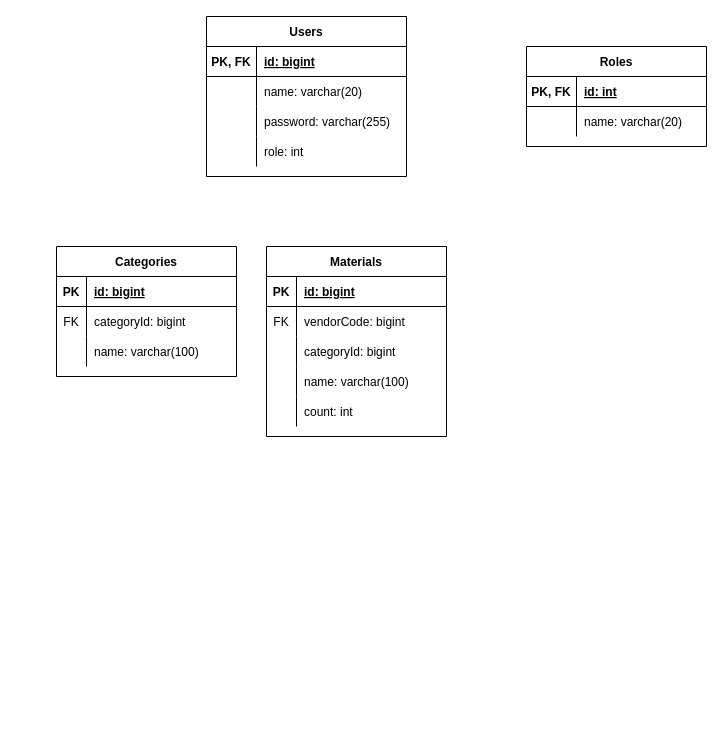
The draw.io diagram back/db/HSQLDBSchema.drawio in Atljh0987/courseShop, before the edit. Source tidied: cells renumbered, new cells numbered last; positions are measured from the earlier drawing's top-left corner, leaving out a move shared by most shapes. Both pictures are drawn from the tidied source at 100%, with x=0, y=0 at pixel (56, 16).
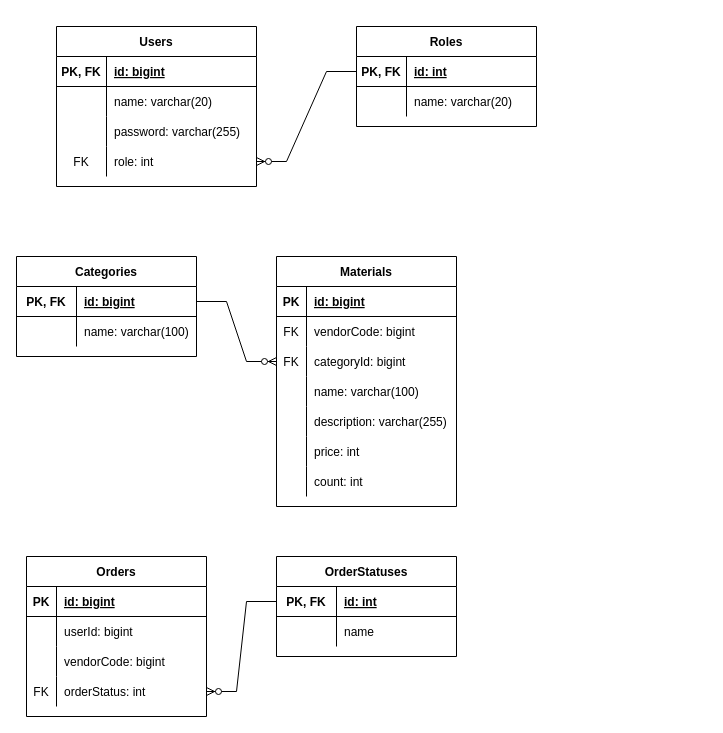
The same diagram, later.

The change refers to these unchanged cells:
```xml
<mxCell id="9" style="shape=tableRow;horizontal=0;startSize=0;swimlaneHead=0;swimlaneBody=0;fillColor=none;points=[[0,0.5],[1,0.5]];portConstraint=eastwest;top=0;left=0;right=0;bottom=0;" parent="2" vertex="1">
  <mxGeometry y="90" width="180" height="30" as="geometry" />
</mxCell>
<mxCell id="19" style="shape=tableRow;horizontal=0;startSize=0;swimlaneHead=0;swimlaneBody=0;fillColor=none;points=[[0,0.5],[1,0.5]];portConstraint=eastwest;top=0;left=0;right=0;bottom=1;" parent="18" vertex="1">
  <mxGeometry y="30" width="180" height="30" as="geometry" />
</mxCell>
<mxCell id="29" style="shape=tableRow;horizontal=0;startSize=0;swimlaneHead=0;swimlaneBody=0;fillColor=none;points=[[0,0.5],[1,0.5]];portConstraint=eastwest;top=0;left=0;right=0;bottom=1;" parent="28" vertex="1">
  <mxGeometry y="30" width="180" height="30" as="geometry" />
</mxCell>
<mxCell id="45" style="shape=tableRow;horizontal=0;startSize=0;swimlaneHead=0;swimlaneBody=0;fillColor=none;points=[[0,0.5],[1,0.5]];portConstraint=eastwest;top=0;left=0;right=0;bottom=0;" parent="35" vertex="1">
  <mxGeometry y="120" width="200" height="30" as="geometry" />
</mxCell>
```

Change to the diagram source:
```diff
@@
     <mxCell id="2" value="Materials" style="shape=table;startSize=30;childLayout=tableLayout;rowLines=0;fontStyle=1;align=center;" parent="1" vertex="1">
-      <mxGeometry x="210" y="230" width="180" height="190" as="geometry" />
+      <mxGeometry x="220" y="240" width="180" height="250" as="geometry" />
     </mxCell>
@@
-    <mxCell id="10" style="shape=partialRectangle;fillColor=none;top=0;left=0;bottom=0;right=0;overflow=hidden;" parent="9" vertex="1">
+    <mxCell id="10" value="FK" style="shape=partialRectangle;fillColor=none;top=0;left=0;bottom=0;right=0;overflow=hidden;" parent="9" vertex="1">
       <mxGeometry width="30" height="30" as="geometry" />
     </mxCell>
@@
+    <mxCell id="48" style="shape=tableRow;horizontal=0;startSize=0;swimlaneHead=0;swimlaneBody=0;fillColor=none;top=0;left=0;right=0;bottom=0;" parent="2" vertex="1">
+      <mxGeometry y="150" width="180" height="30" as="geometry" />
+    </mxCell>
+    <mxCell id="49" style="shape=partialRectangle;fillColor=none;top=0;left=0;bottom=0;right=0;overflow=hidden;" parent="48" vertex="1">
+      <mxGeometry width="30" height="30" as="geometry" />
+    </mxCell>
+    <mxCell id="50" value="description: varchar(255)" style="shape=partialRectangle;fillColor=none;top=0;left=0;bottom=0;right=0;align=left;spacingLeft=6;overflow=hidden;" parent="48" vertex="1">
+      <mxGeometry x="30" width="150" height="30" as="geometry" />
+    </mxCell>
+    <mxCell id="51" style="shape=tableRow;horizontal=0;startSize=0;swimlaneHead=0;swimlaneBody=0;fillColor=none;top=0;left=0;right=0;bottom=0;" parent="2" vertex="1">
+      <mxGeometry y="180" width="180" height="30" as="geometry" />
+    </mxCell>
+    <mxCell id="52" style="shape=partialRectangle;fillColor=none;top=0;left=0;bottom=0;right=0;overflow=hidden;" parent="51" vertex="1">
+      <mxGeometry width="30" height="30" as="geometry" />
+    </mxCell>
+    <mxCell id="53" value="price: int" style="shape=partialRectangle;fillColor=none;top=0;left=0;bottom=0;right=0;align=left;spacingLeft=6;overflow=hidden;" parent="51" vertex="1">
+      <mxGeometry x="30" width="150" height="30" as="geometry" />
+    </mxCell>
     <mxCell id="15" style="shape=tableRow;horizontal=0;startSize=0;swimlaneHead=0;swimlaneBody=0;fillColor=none;top=0;left=0;right=0;bottom=0;" parent="2" vertex="1">
-      <mxGeometry y="150" width="180" height="30" as="geometry" />
+      <mxGeometry y="210" width="180" height="30" as="geometry" />
     </mxCell>
@@
     <mxCell id="18" value="Categories" style="shape=table;startSize=30;childLayout=tableLayout;rowLines=0;fontStyle=1;align=center;" parent="1" vertex="1">
-      <mxGeometry y="230" width="180" height="130" as="geometry" />
+      <mxGeometry x="-40" y="240" width="180" height="100" as="geometry" />
     </mxCell>
@@
-    <mxCell id="20" value="PK" style="shape=partialRectangle;fillColor=none;top=0;left=0;bottom=0;right=0;fontStyle=1;overflow=hidden;" parent="19" vertex="1">
-      <mxGeometry width="30" height="30" as="geometry" />
+    <mxCell id="20" value="PK, FK" style="shape=partialRectangle;fillColor=none;top=0;left=0;bottom=0;right=0;fontStyle=1;overflow=hidden;" parent="19" vertex="1">
+      <mxGeometry width="60" height="30" as="geometry" />
     </mxCell>
     <mxCell id="21" value="id: bigint" style="shape=partialRectangle;fillColor=none;top=0;left=0;bottom=0;right=0;align=left;spacingLeft=6;fontStyle=5;overflow=hidden;" parent="19" vertex="1">
-      <mxGeometry x="30" width="150" height="30" as="geometry" />
+      <mxGeometry x="60" width="120" height="30" as="geometry" />
     </mxCell>
-    <mxCell id="22" style="shape=tableRow;horizontal=0;startSize=0;swimlaneHead=0;swimlaneBody=0;fillColor=none;top=0;left=0;right=0;bottom=0;" parent="18" vertex="1">
-      <mxGeometry y="60" width="180" height="30" as="geometry" />
-    </mxCell>
-    <mxCell id="23" value="FK" style="shape=partialRectangle;fillColor=none;top=0;left=0;bottom=0;right=0;overflow=hidden;" parent="22" vertex="1">
-      <mxGeometry width="30" height="30" as="geometry" />
-    </mxCell>
-    <mxCell id="24" value="categoryId: bigint" style="shape=partialRectangle;fillColor=none;top=0;left=0;bottom=0;right=0;align=left;spacingLeft=6;overflow=hidden;" parent="22" vertex="1">
-      <mxGeometry x="30" width="150" height="30" as="geometry" />
-    </mxCell>
     <mxCell id="25" style="shape=tableRow;horizontal=0;startSize=0;swimlaneHead=0;swimlaneBody=0;fillColor=none;top=0;left=0;right=0;bottom=0;" parent="18" vertex="1">
-      <mxGeometry y="90" width="180" height="30" as="geometry" />
+      <mxGeometry y="60" width="180" height="30" as="geometry" />
     </mxCell>
     <mxCell id="26" style="shape=partialRectangle;fillColor=none;top=0;left=0;bottom=0;right=0;overflow=hidden;" parent="25" vertex="1">
-      <mxGeometry width="30" height="30" as="geometry" />
+      <mxGeometry width="60" height="30" as="geometry" />
     </mxCell>
     <mxCell id="27" value="name: varchar(100)" style="shape=partialRectangle;fillColor=none;top=0;left=0;bottom=0;right=0;align=left;spacingLeft=6;overflow=hidden;" parent="25" vertex="1">
-      <mxGeometry x="30" width="150" height="30" as="geometry" />
+      <mxGeometry x="60" width="120" height="30" as="geometry" />
     </mxCell>
     <mxCell id="28" value="Roles" style="shape=table;startSize=30;childLayout=tableLayout;rowLines=0;fontStyle=1;align=center;" parent="1" vertex="1">
-      <mxGeometry x="470" y="30" width="180" height="100" as="geometry" />
+      <mxGeometry x="300" y="10" width="180" height="100" as="geometry" />
     </mxCell>
@@
     <mxCell id="35" value="Users" style="shape=table;startSize=30;childLayout=tableLayout;rowLines=0;fontStyle=1;align=center;" parent="1" vertex="1">
-      <mxGeometry x="150" width="200" height="160" as="geometry" />
+      <mxGeometry y="10" width="200" height="160" as="geometry" />
     </mxCell>
@@
-    <mxCell id="46" style="shape=partialRectangle;fillColor=none;top=0;left=0;bottom=0;right=0;overflow=hidden;" parent="45" vertex="1">
+    <mxCell id="46" value="FK" style="shape=partialRectangle;fillColor=none;top=0;left=0;bottom=0;right=0;overflow=hidden;" parent="45" vertex="1">
       <mxGeometry width="50" height="30" as="geometry" />
     </mxCell>
@@
+    <mxCell id="54" style="edgeStyle=entityRelationEdgeStyle;fontSize=12;html=1;endArrow=ERzeroToMany;endFill=1;rounded=0;exitX=1;exitY=0.5;exitDx=0;exitDy=0;entryX=0;entryY=0.5;entryDx=0;entryDy=0;" parent="1" edge="1" source="19" target="9">
+      <mxGeometry relative="1" as="geometry" />
+    </mxCell>
+    <mxCell id="55" value="Orders" style="shape=table;startSize=30;childLayout=tableLayout;rowLines=0;fontStyle=1;align=center;" parent="1" vertex="1">
+      <mxGeometry x="-30" y="540" width="180" height="160" as="geometry" />
+    </mxCell>
+    <mxCell id="56" style="shape=tableRow;horizontal=0;startSize=0;swimlaneHead=0;swimlaneBody=0;fillColor=none;top=0;left=0;right=0;bottom=1;" parent="55" vertex="1">
+      <mxGeometry y="30" width="180" height="30" as="geometry" />
+    </mxCell>
+    <mxCell id="57" value="PK" style="shape=partialRectangle;fillColor=none;top=0;left=0;bottom=0;right=0;fontStyle=1;overflow=hidden;" parent="56" vertex="1">
+      <mxGeometry width="30" height="30" as="geometry" />
+    </mxCell>
+    <mxCell id="58" value="id: bigint" style="shape=partialRectangle;fillColor=none;top=0;left=0;bottom=0;right=0;align=left;spacingLeft=6;fontStyle=5;overflow=hidden;" parent="56" vertex="1">
+      <mxGeometry x="30" width="150" height="30" as="geometry" />
+    </mxCell>
+    <mxCell id="59" style="shape=tableRow;horizontal=0;startSize=0;swimlaneHead=0;swimlaneBody=0;fillColor=none;top=0;left=0;right=0;bottom=0;" parent="55" vertex="1">
+      <mxGeometry y="60" width="180" height="30" as="geometry" />
+    </mxCell>
+    <mxCell id="60" style="shape=partialRectangle;fillColor=none;top=0;left=0;bottom=0;right=0;overflow=hidden;" parent="59" vertex="1">
+      <mxGeometry width="30" height="30" as="geometry" />
+    </mxCell>
+    <mxCell id="61" value="userId: bigint" style="shape=partialRectangle;fillColor=none;top=0;left=0;bottom=0;right=0;align=left;spacingLeft=6;overflow=hidden;" parent="59" vertex="1">
+      <mxGeometry x="30" width="150" height="30" as="geometry" />
+    </mxCell>
+    <mxCell id="62" style="shape=tableRow;horizontal=0;startSize=0;swimlaneHead=0;swimlaneBody=0;fillColor=none;top=0;left=0;right=0;bottom=0;" parent="55" vertex="1">
+      <mxGeometry y="90" width="180" height="30" as="geometry" />
+    </mxCell>
+    <mxCell id="63" style="shape=partialRectangle;fillColor=none;top=0;left=0;bottom=0;right=0;overflow=hidden;" parent="62" vertex="1">
+      <mxGeometry width="30" height="30" as="geometry" />
+    </mxCell>
+    <mxCell id="64" value="vendorCode: bigint" style="shape=partialRectangle;fillColor=none;top=0;left=0;bottom=0;right=0;align=left;spacingLeft=6;overflow=hidden;" parent="62" vertex="1">
+      <mxGeometry x="30" width="150" height="30" as="geometry" />
+    </mxCell>
+    <mxCell id="65" style="shape=tableRow;horizontal=0;startSize=0;swimlaneHead=0;swimlaneBody=0;fillColor=none;points=[[0,0.5],[1,0.5]];portConstraint=eastwest;top=0;left=0;right=0;bottom=0;" parent="55" vertex="1">
+      <mxGeometry y="120" width="180" height="30" as="geometry" />
+    </mxCell>
+    <mxCell id="23" value="FK" style="shape=partialRectangle;fillColor=none;top=0;left=0;bottom=0;right=0;overflow=hidden;" parent="65" vertex="1">
+      <mxGeometry width="30" height="30" as="geometry" />
+    </mxCell>
+    <mxCell id="66" value="orderStatus: int" style="shape=partialRectangle;fillColor=none;top=0;left=0;bottom=0;right=0;align=left;spacingLeft=6;overflow=hidden;" parent="65" vertex="1">
+      <mxGeometry x="30" width="150" height="30" as="geometry" />
+    </mxCell>
+    <mxCell id="67" value="OrderStatuses" style="shape=table;startSize=30;childLayout=tableLayout;rowLines=0;fontStyle=1;align=center;" parent="1" vertex="1">
+      <mxGeometry x="220" y="540" width="180" height="100" as="geometry" />
+    </mxCell>
+    <mxCell id="68" style="shape=tableRow;horizontal=0;startSize=0;swimlaneHead=0;swimlaneBody=0;fillColor=none;points=[[0,0.5],[1,0.5]];portConstraint=eastwest;top=0;left=0;right=0;bottom=1;" parent="67" vertex="1">
+      <mxGeometry y="30" width="180" height="30" as="geometry" />
+    </mxCell>
+    <mxCell id="69" value="PK, FK" style="shape=partialRectangle;fillColor=none;top=0;left=0;bottom=0;right=0;fontStyle=1;overflow=hidden;" parent="68" vertex="1">
+      <mxGeometry width="60" height="30" as="geometry" />
+    </mxCell>
+    <mxCell id="70" value="id: int" style="shape=partialRectangle;fillColor=none;top=0;left=0;bottom=0;right=0;align=left;spacingLeft=6;fontStyle=5;overflow=hidden;" parent="68" vertex="1">
+      <mxGeometry x="60" width="120" height="30" as="geometry" />
+    </mxCell>
+    <mxCell id="71" style="shape=tableRow;horizontal=0;startSize=0;swimlaneHead=0;swimlaneBody=0;fillColor=none;top=0;left=0;right=0;bottom=0;" parent="67" vertex="1">
+      <mxGeometry y="60" width="180" height="30" as="geometry" />
+    </mxCell>
+    <mxCell id="72" style="shape=partialRectangle;fillColor=none;top=0;left=0;bottom=0;right=0;overflow=hidden;" parent="71" vertex="1">
+      <mxGeometry width="60" height="30" as="geometry" />
+    </mxCell>
+    <mxCell id="73" value="name" style="shape=partialRectangle;fillColor=none;top=0;left=0;bottom=0;right=0;align=left;spacingLeft=6;overflow=hidden;" parent="71" vertex="1">
+      <mxGeometry x="60" width="120" height="30" as="geometry" />
+    </mxCell>
+    <mxCell id="74" style="edgeStyle=entityRelationEdgeStyle;fontSize=12;html=1;endArrow=ERzeroToMany;endFill=1;rounded=0;exitX=0;exitY=0.5;exitDx=0;exitDy=0;entryX=1;entryY=0.5;entryDx=0;entryDy=0;" parent="1" edge="1" source="68" target="65">
+      <mxGeometry relative="1" as="geometry" />
+    </mxCell>
+    <mxCell id="75" style="edgeStyle=entityRelationEdgeStyle;fontSize=12;html=1;endArrow=ERzeroToMany;endFill=1;rounded=0;exitX=0;exitY=0.5;exitDx=0;exitDy=0;entryX=1;entryY=0.5;entryDx=0;entryDy=0;" parent="1" edge="1" source="29" target="45">
+      <mxGeometry relative="1" as="geometry" />
+    </mxCell>
```
